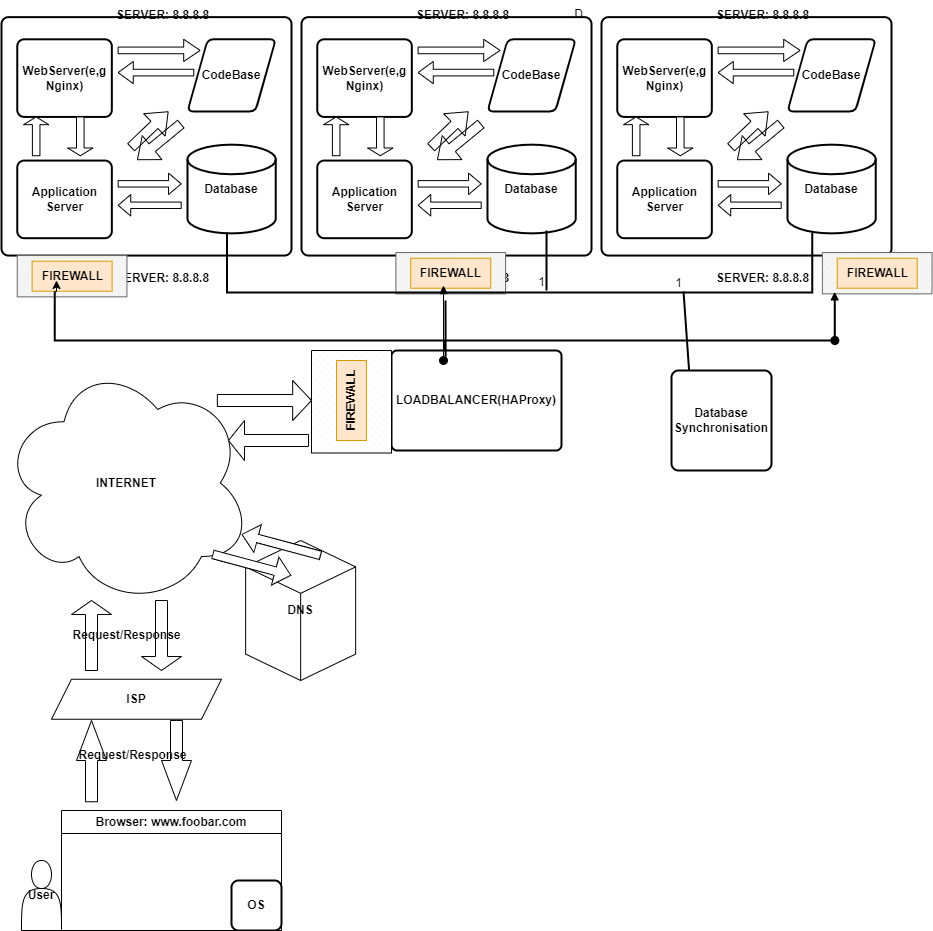
The draw.io diagram 0x09-web_infrastructure_design/2-secured_and_monitored_web_infrastructure.drawio.png in annerachael/alx-system_engineering-devops, before a commit. Source tidied: cells renumbered, new cells last; positions are measured from the earlier drawing's top-left corner, leaving out a move shared by most shapes.
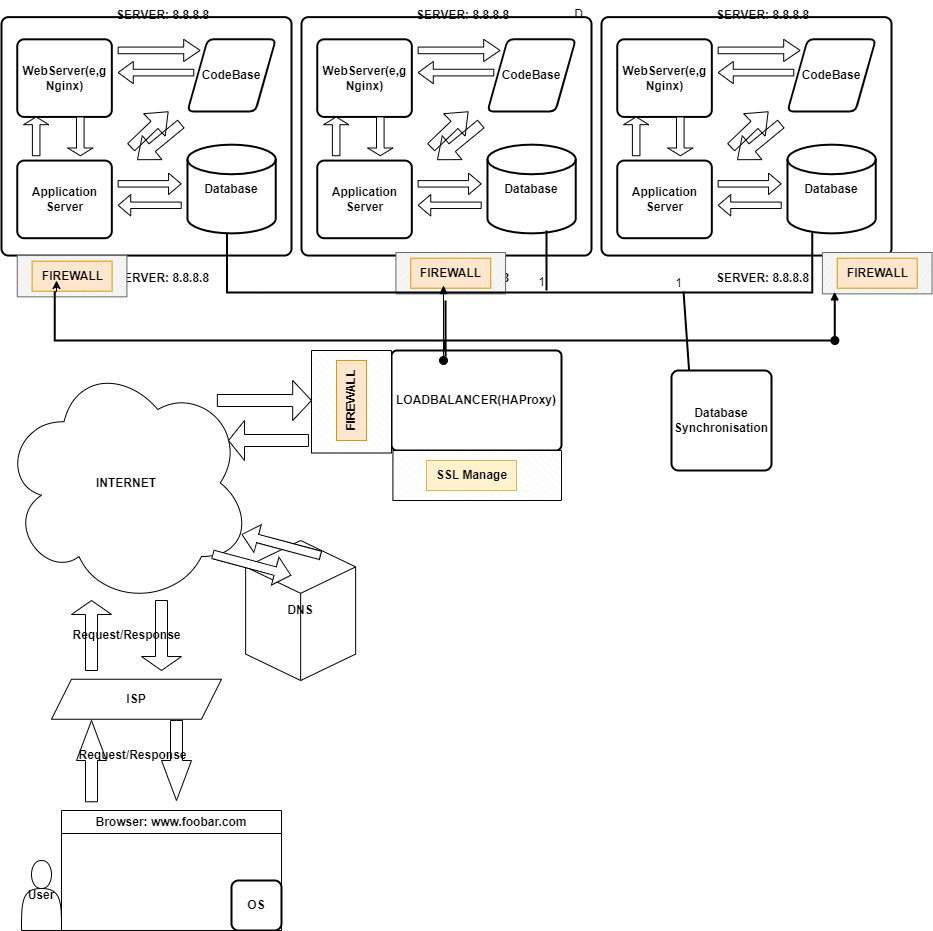
The same diagram one commit later.

What changed in the source:
```diff
@@ -221,6 +221,12 @@
     <mxCell id="64" value="&lt;b&gt;FIREWALL&lt;/b&gt;" style="text;html=1;align=center;verticalAlign=middle;strokeColor=#d79b00;fillColor=#ffe6cc;" parent="34" vertex="1">
       <mxGeometry x="109.3" y="257.7" width="80" height="30" as="geometry" />
     </mxCell>
+    <mxCell id="91" style="verticalLabelPosition=bottom;verticalAlign=top;html=1;shape=mxgraph.basic.patternFillRect;fillStyle=diagRev;step=5;fillStrokeWidth=0.2;fillStrokeColor=#dddddd;" parent="34" vertex="1">
+      <mxGeometry x="91.4" y="450" width="168.6" height="50" as="geometry" />
+    </mxCell>
+    <mxCell id="92" value="&lt;b&gt;SSL Manage&lt;/b&gt;" style="text;html=1;align=center;verticalAlign=middle;strokeColor=#d6b656;fillColor=#fff2cc;" parent="34" vertex="1">
+      <mxGeometry x="125" y="460" width="90" height="30" as="geometry" />
+    </mxCell>
     <mxCell id="65" style="group;" parent="1" vertex="1">
       <mxGeometry x="600" y="50" width="330.5" height="293.4" as="geometry" />
     </mxCell>
```
